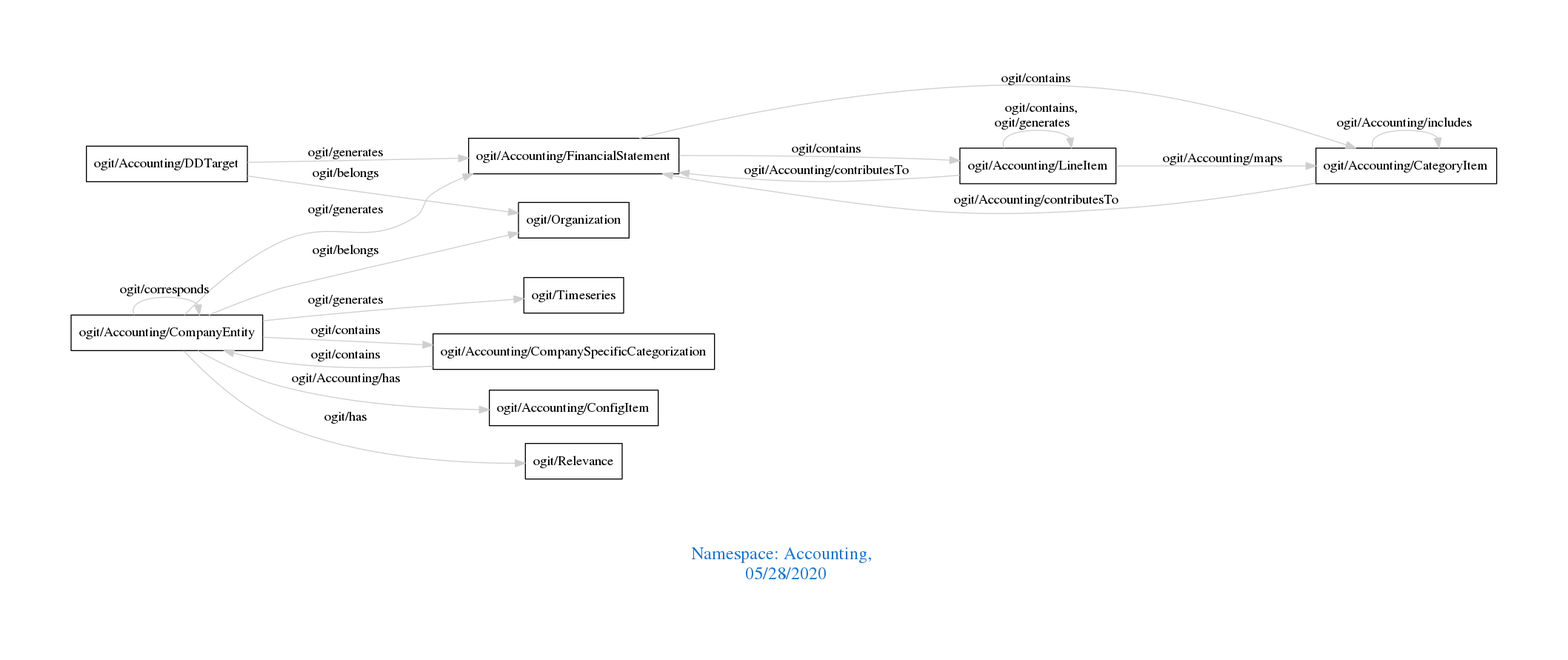
Above: downloads/Accounting.png in arago/OGIT (Graphviz), before the change. Its source is kept beside it as downloads/Accounting.dot.
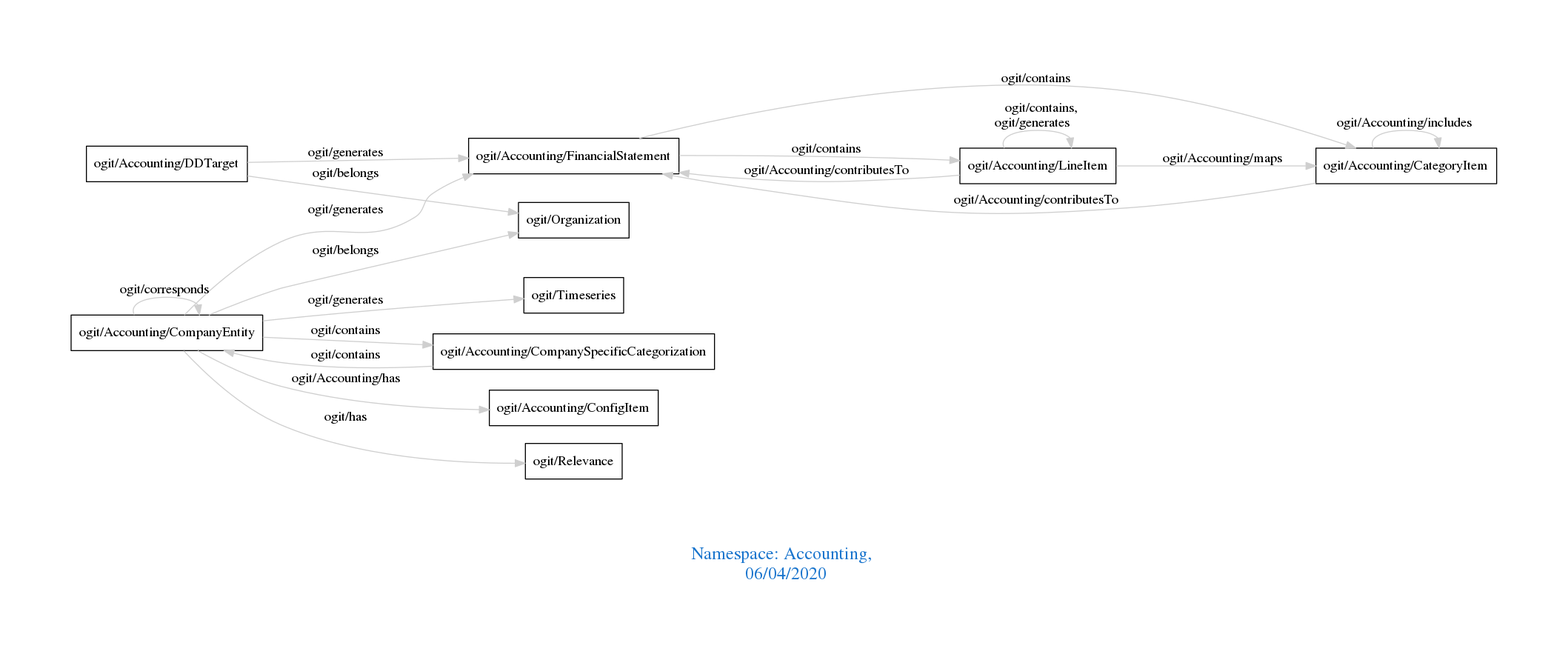
Above is the later version.

What changed in the source:
```diff
@@ -1,7 +1,7 @@
 digraph OGIT_ontology {
  graph [ rankdir= LR,pad=1
 fontsize = 18,
-fontcolor= dodgerblue3,label = "\n\n\nNamespace: Accounting, \n 05/28/2020"];
+fontcolor= dodgerblue3,label = "\n\n\nNamespace: Accounting, \n 06/04/2020"];
 node[shape=polygon];
 edge [  color="gray81"];
 
```
